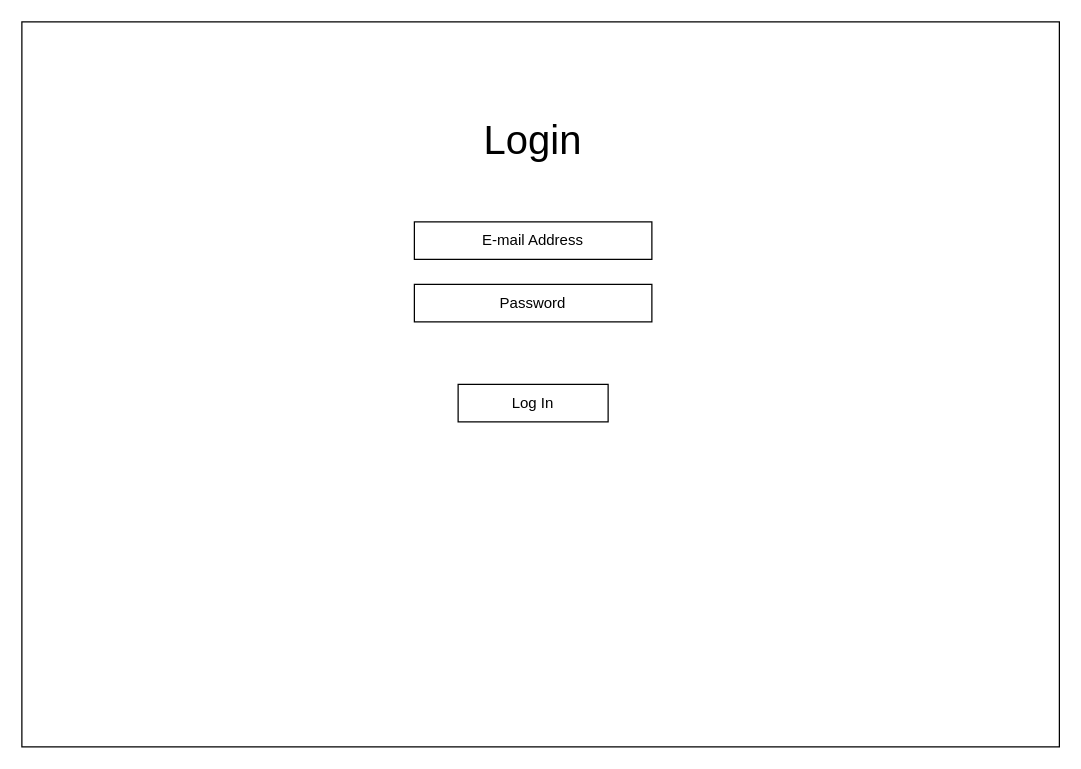
This is page "Login" (3 of 5) of documentation/diagrams/Wireframes.drawio from PSUCapstone2023-Group1/Clean-Energy-PA, a draw.io file, before an edit. Source tidied: cells renumbered, new cells numbered last; positions are measured from the earlier drawing's top-left corner, leaving out a move shared by most shapes. Both pictures are drawn from the tidied source at 125%, with x=0, y=0 at pixel (21, 21).
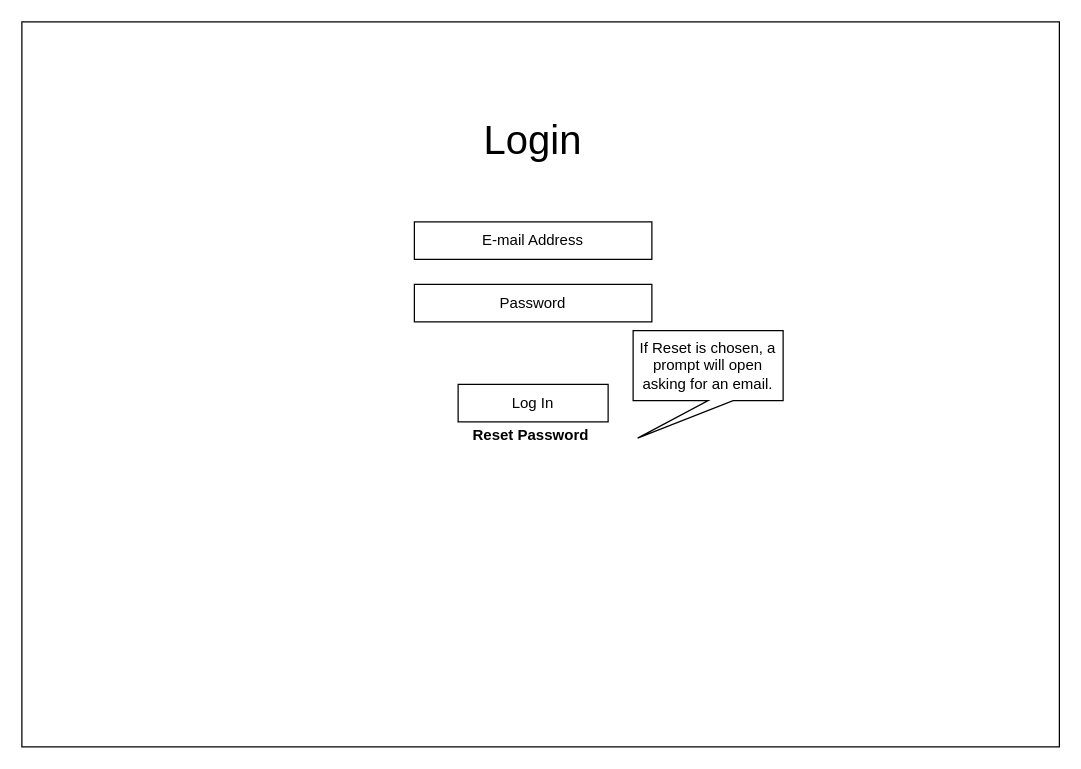
Above is the later version.

Diff of the diagram source:
```diff
@@
 <mxGraphModel>
   <root>
     <mxCell id="0" />
     <mxCell id="1" parent="0" />
     <mxCell id="2" style="rounded=0;whiteSpace=wrap;html=1;" parent="1" vertex="1">
       <mxGeometry width="830" height="580" as="geometry" />
     </mxCell>
     <mxCell id="3" value="&lt;font style=&quot;font-size: 32px;&quot;&gt;Login&lt;/font&gt;" style="text;strokeColor=none;align=center;fillColor=none;html=1;verticalAlign=middle;whiteSpace=wrap;rounded=0;" parent="1" vertex="1">
       <mxGeometry x="89" y="80" width="640" height="30" as="geometry" />
     </mxCell>
     <mxCell id="4" value="E-mail Address" style="rounded=0;whiteSpace=wrap;html=1;" parent="1" vertex="1">
       <mxGeometry x="314" y="160" width="190" height="30" as="geometry" />
     </mxCell>
     <mxCell id="5" value="Password" style="rounded=0;whiteSpace=wrap;html=1;" parent="1" vertex="1">
       <mxGeometry x="314" y="210" width="190" height="30" as="geometry" />
     </mxCell>
     <mxCell id="6" value="Log In" style="rounded=0;whiteSpace=wrap;html=1;" parent="1" vertex="1">
       <mxGeometry x="349" y="290" width="120" height="30" as="geometry" />
     </mxCell>
+    <mxCell id="7" value="&lt;h1 class=&quot;a-size-large a-spacing-none&quot;&gt;&lt;span id=&quot;productTitle&quot; class=&quot;a-size-large product-title-word-break&quot;&gt;&lt;font style=&quot;font-size: 12px;&quot;&gt;Reset Password&lt;/font&gt;&lt;/span&gt;&lt;/h1&gt;" style="text;whiteSpace=wrap;html=1;" parent="1" vertex="1">
+      <mxGeometry x="359" y="290" width="100" height="70" as="geometry" />
+    </mxCell>
+    <mxCell id="8" value="If Reset is chosen, a prompt will open asking for an email." style="shape=callout;whiteSpace=wrap;html=1;perimeter=calloutPerimeter;position2=0.03;" parent="1" vertex="1">
+      <mxGeometry x="489" y="247" width="120" height="86" as="geometry" />
+    </mxCell>
   </root>
 </mxGraphModel>
```
